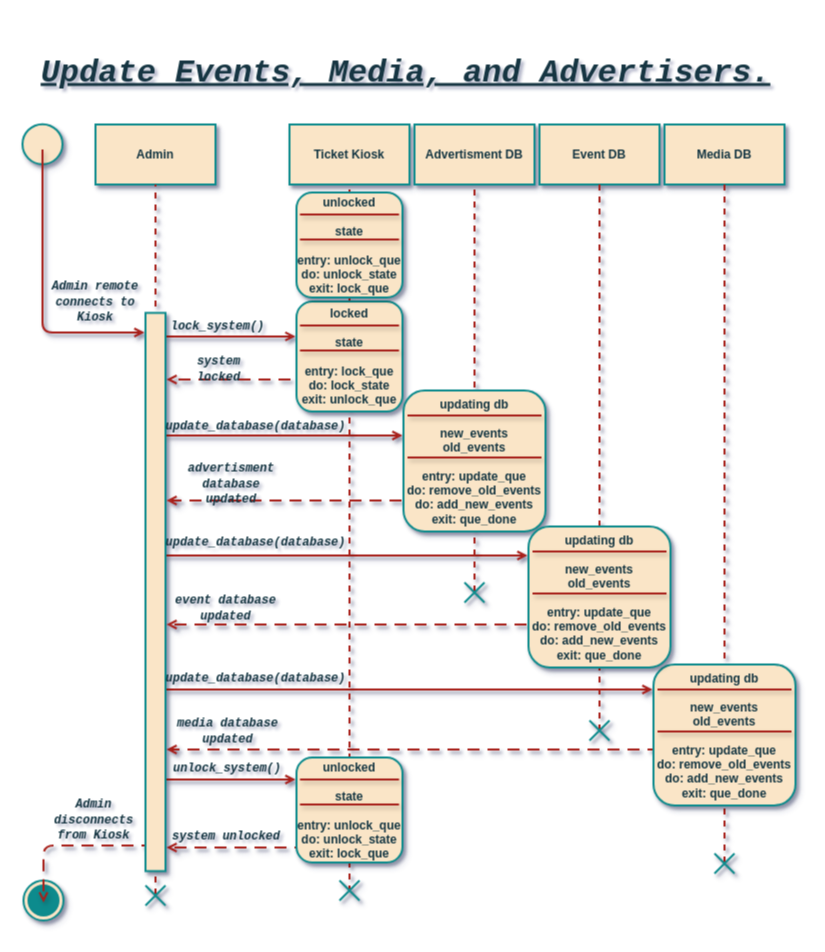
The draw.io diagram page "ssd3" (3 of 5) of CSC382-Software_Engineering/HW/HW5/5.drawio in casonk/university-coursework, before the edit. Source tidied: cells renumbered, new cells numbered last; positions are measured from the earlier drawing's top-left corner, leaving out a move shared by most shapes. Both pictures are drawn from the tidied source at 100%, with x=0, y=0 at pixel (-124, 20).
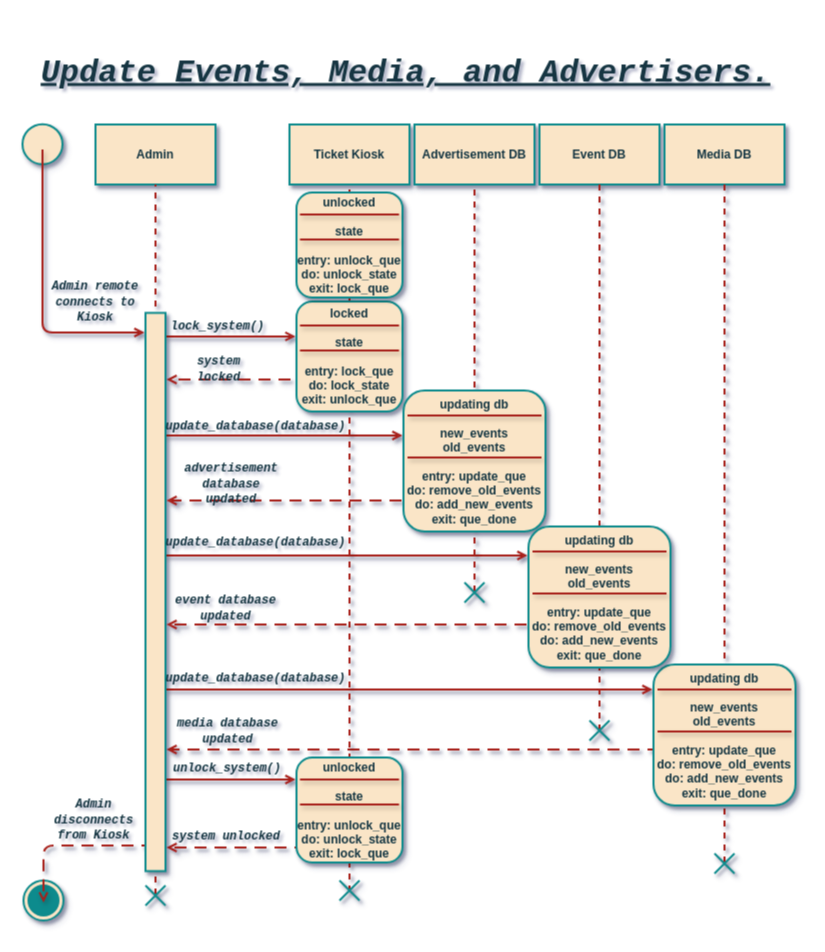
After the change.

Change to the diagram source:
```diff
@@
-    <mxCell id="12" value="Advertisment DB" style="whiteSpace=wrap;html=1;fillColor=#FAE5C7;strokeColor=#0F8B8D;fontColor=#143642;shadow=1;fontStyle=1;strokeWidth=2;" parent="1" vertex="1">
+    <mxCell id="12" value="Advertisement DB" style="whiteSpace=wrap;html=1;fillColor=#FAE5C7;strokeColor=#0F8B8D;fontColor=#143642;shadow=1;fontStyle=1;strokeWidth=2;" parent="1" vertex="1">
       <mxGeometry x="538" y="104" width="120" height="60" as="geometry" />
     </mxCell>
@@
-    <mxCell id="55" value="&lt;table class=&quot;MsoTableGrid&quot; border=&quot;0&quot; cellspacing=&quot;0&quot; cellpadding=&quot;0&quot; style=&quot;border-collapse: collapse ; border: none&quot;&gt; &lt;tbody&gt;&lt;tr style=&quot;height: 7.15pt&quot;&gt;  &lt;td width=&quot;486&quot; valign=&quot;top&quot; style=&quot;width: 364.8pt ; padding: 0in 5.4pt 0in 5.4pt ; height: 7.15pt&quot;&gt;&lt;p class=&quot;Default&quot;&gt;&lt;font face=&quot;consolas&quot;&gt;&lt;i&gt;advertisment database updated&lt;/i&gt;&lt;/font&gt;&lt;/p&gt;  &lt;/td&gt; &lt;/tr&gt;&lt;/tbody&gt;&lt;/table&gt;" style="text;html=1;strokeColor=none;fillColor=none;align=center;verticalAlign=middle;whiteSpace=wrap;rounded=0;sketch=0;fontColor=#143642;shadow=1;fontStyle=1;strokeWidth=2;" parent="1" vertex="1">
+    <mxCell id="55" value="&lt;table class=&quot;MsoTableGrid&quot; border=&quot;0&quot; cellspacing=&quot;0&quot; cellpadding=&quot;0&quot; style=&quot;border-collapse: collapse ; border: none&quot;&gt; &lt;tbody&gt;&lt;tr style=&quot;height: 7.15pt&quot;&gt;  &lt;td width=&quot;486&quot; valign=&quot;top&quot; style=&quot;width: 364.8pt ; padding: 0in 5.4pt 0in 5.4pt ; height: 7.15pt&quot;&gt;&lt;p class=&quot;Default&quot;&gt;&lt;font face=&quot;consolas&quot;&gt;&lt;i&gt;advertisement database updated&lt;/i&gt;&lt;/font&gt;&lt;/p&gt;  &lt;/td&gt; &lt;/tr&gt;&lt;/tbody&gt;&lt;/table&gt;" style="text;html=1;strokeColor=none;fillColor=none;align=center;verticalAlign=middle;whiteSpace=wrap;rounded=0;sketch=0;fontColor=#143642;shadow=1;fontStyle=1;strokeWidth=2;" parent="1" vertex="1">
       <mxGeometry x="290" y="447" width="130" height="32" as="geometry" />
     </mxCell>
```
